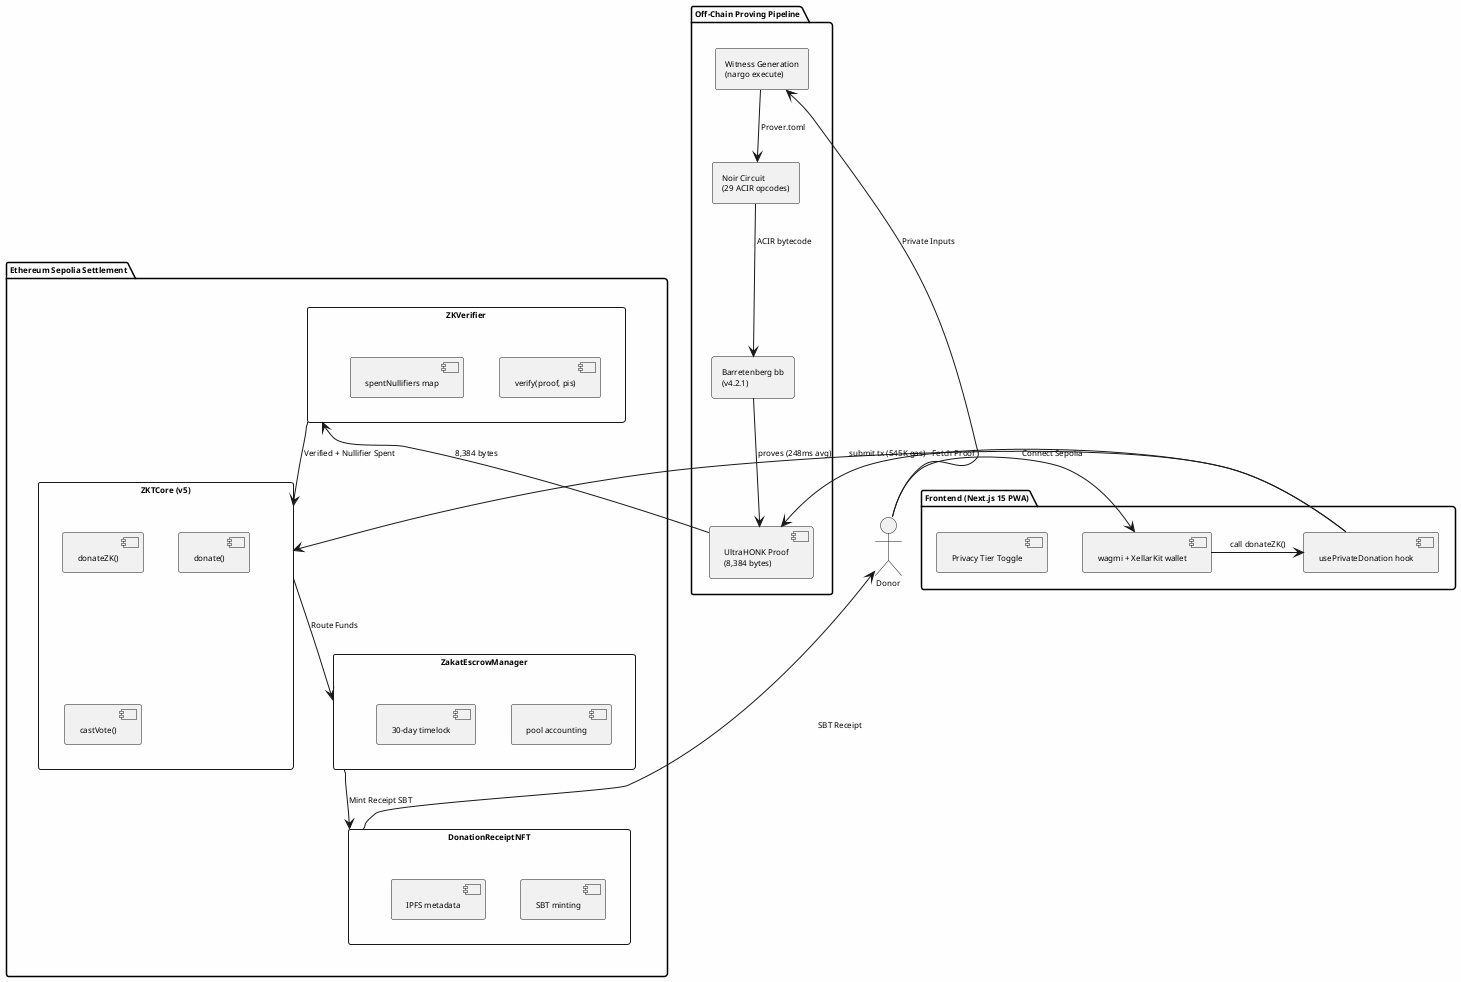
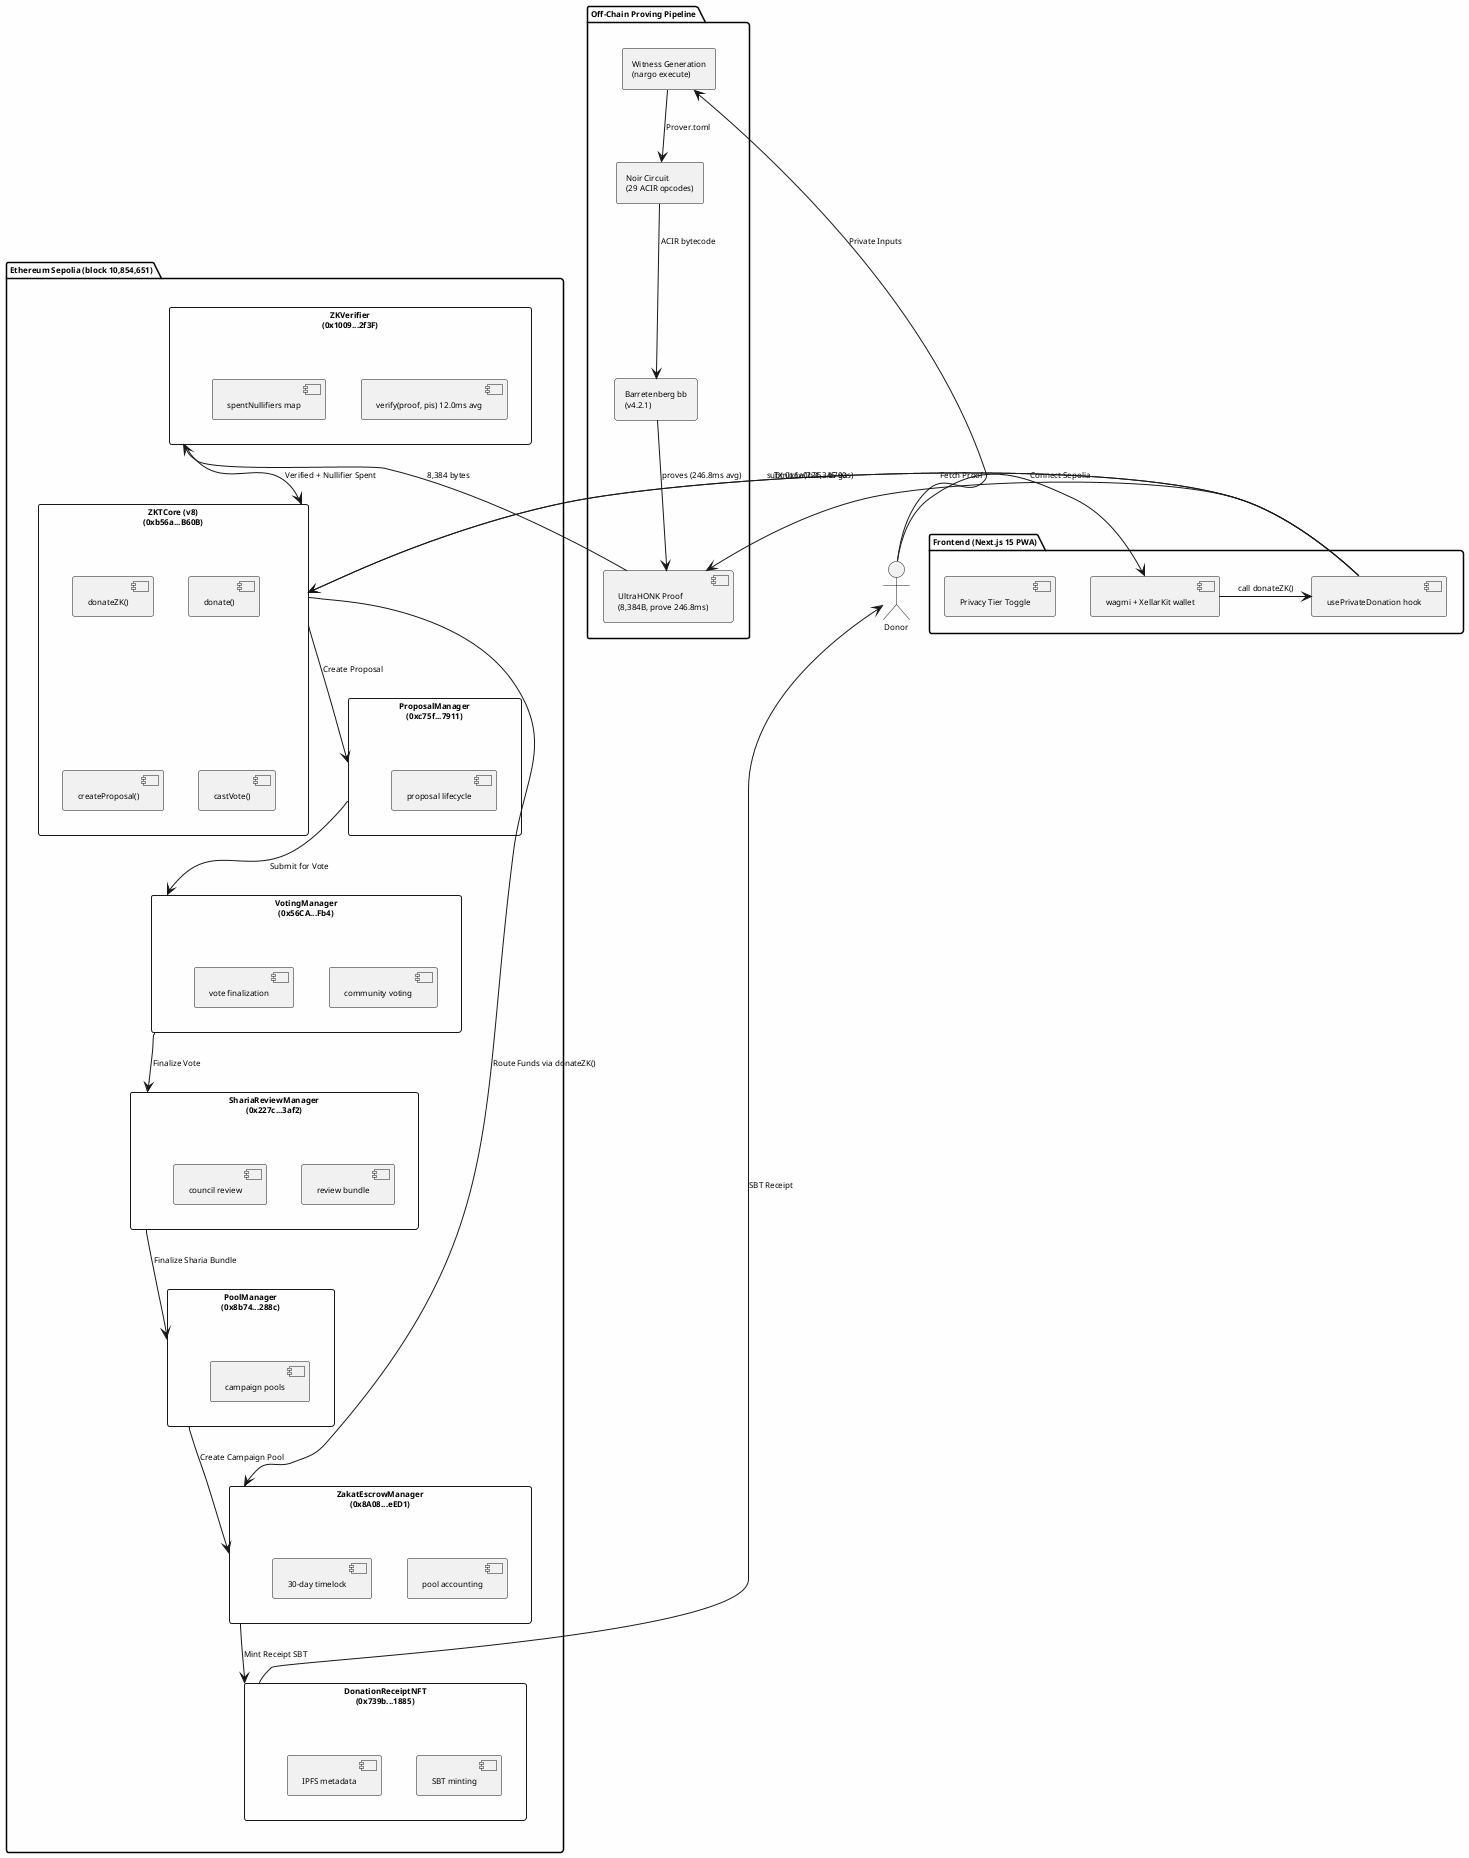
@startuml
skinparam backgroundColor #FEFEFE
skinparam shadowing false
skinparam defaultFontName Arial
skinparam defaultFontSize 8
skinparam packagePadding 2
skinparam nodePadding 2


actor Donor

package "Off-Chain Proving Pipeline" {
  rectangle "Noir Circuit\n(29 ACIR opcodes)" as Circuit
  rectangle "Barretenberg bb\n(v4.2.1)" as BB
  rectangle "Witness Generation\n(nargo execute)" as Witness
-   component "UltraHONK Proof\n(8,384 bytes)" as Proof
+   component "UltraHONK Proof\n(8,384B, prove 246.8ms)" as Proof
}

- package "Ethereum Sepolia Settlement" {
-   rectangle "ZKVerifier" as Verifier {
-     component "verify(proof, pis)"
+ package "Ethereum Sepolia (block 10,854,651)" {
+   rectangle "ZKVerifier\n(0x1009...2f3F)" as Verifier {
+     component "verify(proof, pis) 12.0ms avg"
    component "spentNullifiers map"
  }
-   rectangle "ZKTCore (v5)" as Core {
+   rectangle "ZKTCore (v8)\n(0xb56a...B60B)" as Core {
    component "donateZK()"
    component "donate()"
+     component "createProposal()"
    component "castVote()"
  }
-   rectangle "ZakatEscrowManager" as Escrow {
+   rectangle "ProposalManager\n(0xc75f...7911)" as PropMgr {
+     component "proposal lifecycle"
+   }
+   rectangle "VotingManager\n(0x56CA...Fb4)" as VoteMgr {
+     component "community voting"
+     component "vote finalization"
+   }
+   rectangle "ShariaReviewManager\n(0x227c...3af2)" as ShariaMgr {
+     component "review bundle"
+     component "council review"
+   }
+   rectangle "PoolManager\n(0x8b74...288c)" as PoolMgr {
+     component "campaign pools"
+   }
+   rectangle "ZakatEscrowManager\n(0x8A08...eED1)" as Escrow {
    component "pool accounting"
    component "30-day timelock"
  }
-   rectangle "DonationReceiptNFT" as NFT {
+   rectangle "DonationReceiptNFT\n(0x739b...1885)" as NFT {
    component "SBT minting"
    component "IPFS metadata"
  }
}

package "Frontend (Next.js 15 PWA)" as FE {
  component "usePrivateDonation hook" as Hook
  component "Privacy Tier Toggle" as Toggle
  component "wagmi + XellarKit wallet" as Wallet
}

Donor --> Witness : Private Inputs
Witness --> Circuit : Prover.toml
Circuit --> BB : ACIR bytecode
- BB --> Proof : proves (248ms avg)
+ BB --> Proof : proves (246.8ms avg)
Proof --> Verifier : 8,384 bytes
Verifier --> Core : Verified + Nullifier Spent
- Core --> Escrow : Route Funds
+ Core --> PropMgr : Create Proposal
+ PropMgr --> VoteMgr : Submit for Vote
+ VoteMgr --> ShariaMgr : Finalize Vote
+ ShariaMgr --> PoolMgr : Finalize Sharia Bundle
+ PoolMgr --> Escrow : Create Campaign Pool
+ Core --> Escrow : Route Funds via donateZK()
Escrow --> NFT : Mint Receipt SBT
NFT --> Donor : SBT Receipt

Donor -> Wallet : Connect Sepolia
Wallet -> Hook : call donateZK()
Hook -> Proof : Fetch Proof
- Hook -> Core : submit tx (545K gas)
+ Hook -> Core : submit tx (721,345 gas)
+ Hook -> Core : TX 0x6a0b35...b790

@enduml
